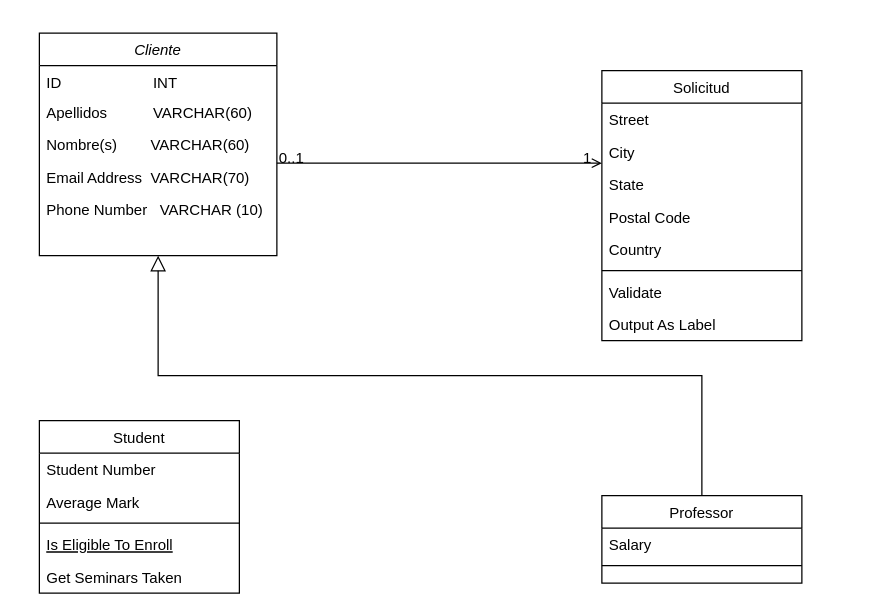
201710223/AtencionAlUsuario keeps this draw.io diagram as Untitled Diagram.drawio. Above is the earlier version. Source tidied: cells renumbered, new cells numbered last; positions are measured from the earlier drawing's top-left corner, leaving out a move shared by most shapes. Both pictures are drawn from the tidied source at 125%, with x=0, y=0 at pixel (39, 32).
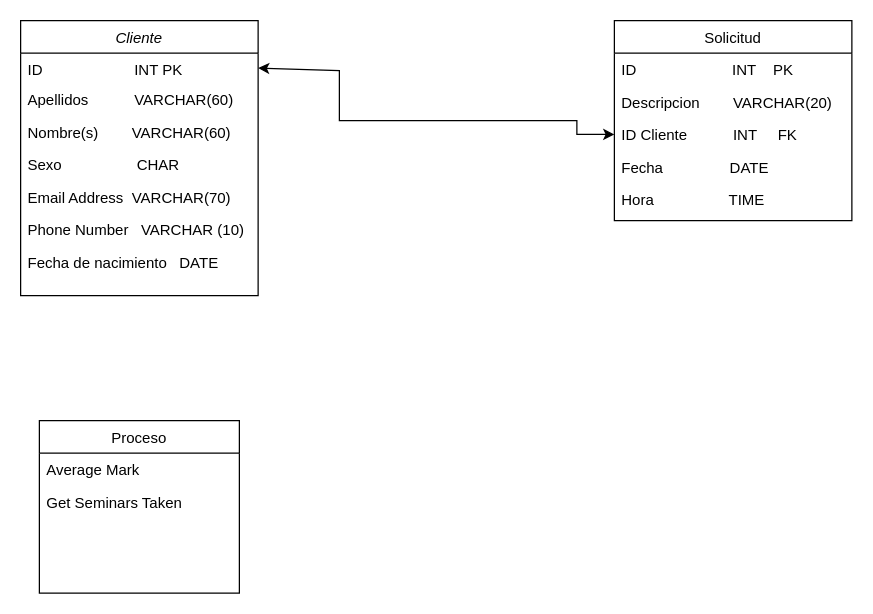
Above is the later version.

The edit, as a diff of the source:
```diff
@@
     <mxCell id="2" value="Cliente" style="swimlane;fontStyle=2;align=center;verticalAlign=top;horizontal=1;startSize=26;rounded=0;shadow=0;strokeWidth=1;" parent="1" vertex="1">
-      <mxGeometry width="190" height="178" as="geometry" />
+      <mxGeometry x="-15" y="-10" width="190" height="220" as="geometry" />
     </mxCell>
-    <mxCell id="3" value="ID                      INT&#10;" style="text;align=left;verticalAlign=top;spacingLeft=4;spacingRight=4;overflow=hidden;points=[[0,0.5],[1,0.5]];portConstraint=eastwest;" parent="2" vertex="1">
+    <mxCell id="3" value="ID                      INT PK&#10;" style="text;align=left;verticalAlign=top;spacingLeft=4;spacingRight=4;overflow=hidden;points=[[0,0.5],[1,0.5]];portConstraint=eastwest;" parent="2" vertex="1">
       <mxGeometry y="26" width="190" height="24" as="geometry" />
     </mxCell>
@@
+    <mxCell id="30" value="Sexo                  CHAR" style="text;align=left;verticalAlign=top;spacingLeft=4;spacingRight=4;overflow=hidden;" parent="2" vertex="1">
+      <mxGeometry y="102" width="190" height="26" as="geometry" />
+    </mxCell>
     <mxCell id="6" value="Email Address  VARCHAR(70)" style="text;align=left;verticalAlign=top;spacingLeft=4;spacingRight=4;overflow=hidden;rounded=0;shadow=0;html=0;" parent="2" vertex="1">
-      <mxGeometry y="102" width="190" height="26" as="geometry" />
+      <mxGeometry y="128" width="190" height="26" as="geometry" />
     </mxCell>
     <mxCell id="7" value="Phone Number   VARCHAR (10)" style="text;align=left;verticalAlign=top;spacingLeft=4;spacingRight=4;overflow=hidden;rounded=0;shadow=0;html=0;" parent="2" vertex="1">
-      <mxGeometry y="128" width="190" height="26" as="geometry" />
+      <mxGeometry y="154" width="190" height="26" as="geometry" />
     </mxCell>
+    <mxCell id="31" value="Fecha de nacimiento   DATE" style="text;align=left;verticalAlign=top;spacingLeft=4;spacingRight=4;overflow=hidden;" parent="2" vertex="1">
+      <mxGeometry y="180" width="190" height="26" as="geometry" />
+    </mxCell>
-    <mxCell id="8" value="Student" style="swimlane;fontStyle=0;align=center;verticalAlign=top;horizontal=1;startSize=26;rounded=0;shadow=0;strokeWidth=1;" parent="1" vertex="1">
+    <mxCell id="8" value="Proceso" style="swimlane;fontStyle=0;align=center;verticalAlign=top;horizontal=1;startSize=26;rounded=0;shadow=0;strokeWidth=1;" parent="1" vertex="1">
       <mxGeometry y="310" width="160" height="138" as="geometry" />
     </mxCell>
-    <mxCell id="9" value="Student Number" style="text;align=left;verticalAlign=top;spacingLeft=4;spacingRight=4;overflow=hidden;" parent="8" vertex="1">
-      <mxGeometry y="26" width="160" height="26" as="geometry" />
-    </mxCell>
     <mxCell id="10" value="Average Mark" style="text;align=left;verticalAlign=top;spacingLeft=4;spacingRight=4;overflow=hidden;rounded=0;shadow=0;html=0;" parent="8" vertex="1">
-      <mxGeometry y="52" width="160" height="26" as="geometry" />
+      <mxGeometry y="26" width="160" height="26" as="geometry" />
     </mxCell>
-    <mxCell id="11" style="line;html=1;strokeWidth=1;align=left;verticalAlign=middle;spacingTop=-1;spacingLeft=3;spacingRight=3;labelPosition=right;" parent="8" vertex="1">
-      <mxGeometry y="78" width="160" height="8" as="geometry" />
-    </mxCell>
-    <mxCell id="12" value="Is Eligible To Enroll" style="text;align=left;verticalAlign=top;spacingLeft=4;spacingRight=4;overflow=hidden;fontStyle=4;" parent="8" vertex="1">
-      <mxGeometry y="86" width="160" height="26" as="geometry" />
-    </mxCell>
     <mxCell id="13" value="Get Seminars Taken" style="text;align=left;verticalAlign=top;spacingLeft=4;spacingRight=4;overflow=hidden;" parent="8" vertex="1">
-      <mxGeometry y="112" width="160" height="26" as="geometry" />
+      <mxGeometry y="52" width="160" height="26" as="geometry" />
     </mxCell>
-    <mxCell id="14" value="Professor" style="swimlane;fontStyle=0;align=center;verticalAlign=top;horizontal=1;startSize=26;rounded=0;shadow=0;strokeWidth=1;" parent="1" vertex="1">
-      <mxGeometry x="450" y="370" width="160" height="70" as="geometry" />
-    </mxCell>
-    <mxCell id="15" value="Salary" style="text;align=left;verticalAlign=top;spacingLeft=4;spacingRight=4;overflow=hidden;" parent="14" vertex="1">
-      <mxGeometry y="26" width="160" height="26" as="geometry" />
-    </mxCell>
-    <mxCell id="16" style="line;html=1;strokeWidth=1;align=left;verticalAlign=middle;spacingTop=-1;spacingLeft=3;spacingRight=3;labelPosition=right;" parent="14" vertex="1">
-      <mxGeometry y="52" width="160" height="8" as="geometry" />
-    </mxCell>
-    <mxCell id="17" style="endArrow=block;endSize=10;endFill=0;shadow=0;strokeWidth=1;rounded=0;edgeStyle=elbowEdgeStyle;elbow=vertical;" parent="1" edge="1" source="14" target="2">
-      <mxGeometry relative="1" as="geometry" />
-    </mxCell>
     <mxCell id="18" value="Solicitud" style="swimlane;fontStyle=0;align=center;verticalAlign=top;horizontal=1;startSize=26;rounded=0;shadow=0;strokeWidth=1;" parent="1" vertex="1">
-      <mxGeometry x="450" y="30" width="160" height="216" as="geometry" />
+      <mxGeometry x="460" y="-10" width="190" height="160" as="geometry" />
     </mxCell>
-    <mxCell id="19" value="Street" style="text;align=left;verticalAlign=top;spacingLeft=4;spacingRight=4;overflow=hidden;" parent="18" vertex="1">
-      <mxGeometry y="26" width="160" height="26" as="geometry" />
+    <mxCell id="19" value="ID                       INT    PK" style="text;align=left;verticalAlign=top;spacingLeft=4;spacingRight=4;overflow=hidden;" parent="18" vertex="1">
+      <mxGeometry y="26" width="190" height="26" as="geometry" />
     </mxCell>
-    <mxCell id="20" value="City" style="text;align=left;verticalAlign=top;spacingLeft=4;spacingRight=4;overflow=hidden;rounded=0;shadow=0;html=0;" parent="18" vertex="1">
-      <mxGeometry y="52" width="160" height="26" as="geometry" />
+    <mxCell id="20" value="Descripcion        VARCHAR(20)" style="text;align=left;verticalAlign=top;spacingLeft=4;spacingRight=4;overflow=hidden;rounded=0;shadow=0;html=0;" parent="18" vertex="1">
+      <mxGeometry y="52" width="190" height="26" as="geometry" />
     </mxCell>
-    <mxCell id="21" value="State" style="text;align=left;verticalAlign=top;spacingLeft=4;spacingRight=4;overflow=hidden;points=[[0,0.5],[1,0.5]];portConstraint=eastwest;rounded=0;shadow=0;html=0;" parent="18" vertex="1">
-      <mxGeometry y="78" width="160" height="26" as="geometry" />
+    <mxCell id="21" value="ID Cliente           INT     FK" style="text;align=left;verticalAlign=top;spacingLeft=4;spacingRight=4;overflow=hidden;points=[[0,0.5],[1,0.5]];portConstraint=eastwest;rounded=0;shadow=0;html=0;" parent="18" vertex="1">
+      <mxGeometry y="78" width="190" height="26" as="geometry" />
     </mxCell>
-    <mxCell id="22" value="Postal Code" style="text;align=left;verticalAlign=top;spacingLeft=4;spacingRight=4;overflow=hidden;rounded=0;shadow=0;html=0;" parent="18" vertex="1">
-      <mxGeometry y="104" width="160" height="26" as="geometry" />
+    <mxCell id="22" value="Fecha                DATE" style="text;align=left;verticalAlign=top;spacingLeft=4;spacingRight=4;overflow=hidden;rounded=0;shadow=0;html=0;" parent="18" vertex="1">
+      <mxGeometry y="104" width="190" height="26" as="geometry" />
     </mxCell>
-    <mxCell id="23" value="Country" style="text;align=left;verticalAlign=top;spacingLeft=4;spacingRight=4;overflow=hidden;rounded=0;shadow=0;html=0;" parent="18" vertex="1">
-      <mxGeometry y="130" width="160" height="26" as="geometry" />
+    <mxCell id="23" value="Hora                  TIME" style="text;align=left;verticalAlign=top;spacingLeft=4;spacingRight=4;overflow=hidden;rounded=0;shadow=0;html=0;" parent="18" vertex="1">
+      <mxGeometry y="130" width="190" height="26" as="geometry" />
     </mxCell>
-    <mxCell id="24" style="line;html=1;strokeWidth=1;align=left;verticalAlign=middle;spacingTop=-1;spacingLeft=3;spacingRight=3;labelPosition=right;" parent="18" vertex="1">
-      <mxGeometry y="156" width="160" height="8" as="geometry" />
-    </mxCell>
-    <mxCell id="25" value="Validate" style="text;align=left;verticalAlign=top;spacingLeft=4;spacingRight=4;overflow=hidden;" parent="18" vertex="1">
-      <mxGeometry y="164" width="160" height="26" as="geometry" />
-    </mxCell>
-    <mxCell id="26" value="Output As Label" style="text;align=left;verticalAlign=top;spacingLeft=4;spacingRight=4;overflow=hidden;" parent="18" vertex="1">
-      <mxGeometry y="190" width="160" height="26" as="geometry" />
-    </mxCell>
-    <mxCell id="27" style="endArrow=open;shadow=0;strokeWidth=1;rounded=0;endFill=1;edgeStyle=elbowEdgeStyle;elbow=vertical;" parent="1" edge="1" source="2" target="18">
-      <mxGeometry x="0.5" y="41" relative="1" as="geometry">
-        <mxPoint x="-40" y="32" as="offset" />
-      </mxGeometry>
-    </mxCell>
-    <mxCell id="28" value="0..1" style="align=left;verticalAlign=bottom;labelBackgroundColor=none;fontSize=12;" parent="27" vertex="1">
-      <mxGeometry x="-1" relative="1" as="geometry">
-        <mxPoint y="4" as="offset" />
-      </mxGeometry>
-    </mxCell>
-    <mxCell id="29" value="1" style="align=right;verticalAlign=bottom;labelBackgroundColor=none;fontSize=12;" parent="27" vertex="1">
-      <mxGeometry x="1" relative="1" as="geometry">
-        <mxPoint x="-7" y="4" as="offset" />
-      </mxGeometry>
-    </mxCell>
+    <mxCell id="32" style="endArrow=classic;startArrow=classic;html=1;rounded=0;entryX=1;entryY=0.5;entryDx=0;entryDy=0;exitX=0;exitY=0.5;exitDx=0;exitDy=0;" parent="1" edge="1" source="21" target="3">
+      <mxGeometry relative="1" as="geometry">
+        <Array as="points">
+          <mxPoint x="430" y="81" />
+          <mxPoint x="430" y="70" />
+          <mxPoint x="420" y="70" />
+          <mxPoint x="380" y="70" />
+          <mxPoint x="340" y="70" />
+          <mxPoint x="240" y="70" />
+          <mxPoint x="240" y="30" />
+        </Array>
+      </mxGeometry>
+    </mxCell>
```
